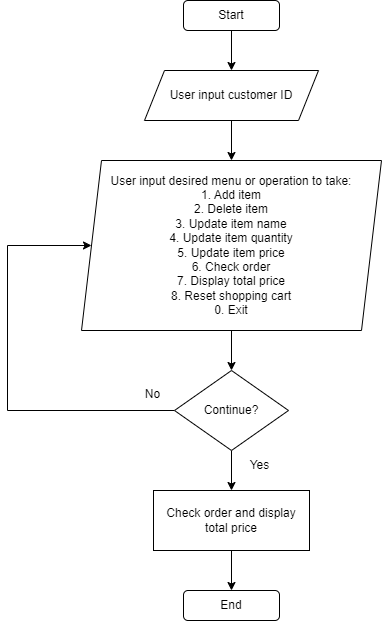
Before: pics/flowchart_cashier.png, a diagram exported from draw.io (nauchan/program_cashier). Source tidied: cells renumbered, new cells last; positions are measured from the earlier drawing's top-left corner, leaving out a move shared by most shapes.
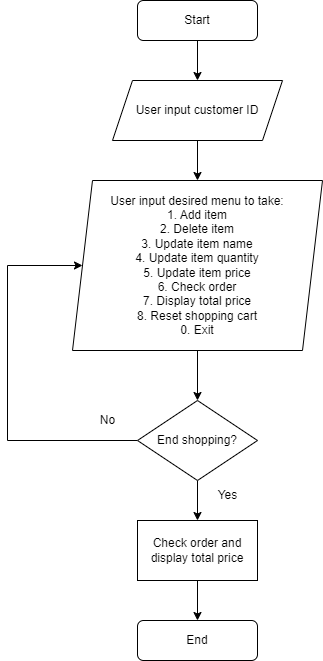
The same diagram one commit later.

What changed in the source:
```diff
@@ -6,48 +6,48 @@
       <mxGeometry relative="1" as="geometry" />
     </mxCell>
     <mxCell id="3" value="Start" style="rounded=1;whiteSpace=wrap;html=1;" parent="1" vertex="1">
-      <mxGeometry x="176" width="96" height="30" as="geometry" />
+      <mxGeometry x="130" y="-20" width="120" height="40" as="geometry" />
     </mxCell>
-    <mxCell id="4" style="edgeStyle=orthogonalEdgeStyle;rounded=0;jettySize=auto;html=1;" parent="1" edge="1" source="5" target="7">
-      <mxGeometry relative="1" as="geometry" />
-    </mxCell>
+    <mxCell id="16" style="edgeStyle=orthogonalEdgeStyle;rounded=0;jettySize=auto;html=1;" parent="1" edge="1" source="5" target="18">
+      <mxGeometry relative="1" as="geometry" />
+    </mxCell>
     <mxCell id="5" value="User input customer ID" style="shape=parallelogram;perimeter=parallelogramPerimeter;whiteSpace=wrap;html=1;fixedSize=1;" parent="1" vertex="1">
-      <mxGeometry x="137" y="70" width="174" height="50" as="geometry" />
+      <mxGeometry x="105" y="60" width="170" height="60" as="geometry" />
     </mxCell>
-    <mxCell id="6" style="edgeStyle=orthogonalEdgeStyle;rounded=0;jettySize=auto;html=1;" parent="1" edge="1" source="7" target="10">
-      <mxGeometry relative="1" as="geometry" />
-    </mxCell>
-    <mxCell id="7" value="User input desired menu or operation to take:&lt;br&gt;&lt;div&gt;&lt;span&gt;1. Add item&lt;/span&gt;&lt;/div&gt;&lt;div&gt;&lt;span&gt;2. Delete item&lt;/span&gt;&lt;/div&gt;&lt;div&gt;&lt;span&gt;3. Update item name&lt;/span&gt;&lt;/div&gt;&lt;div&gt;&lt;span&gt;4. Update item quantity&lt;/span&gt;&lt;/div&gt;&lt;div&gt;&lt;span&gt;5. Update item price&lt;/span&gt;&lt;/div&gt;&lt;div&gt;&lt;span&gt;6. Check order&lt;/span&gt;&lt;/div&gt;&lt;div&gt;&lt;span&gt;7. Display total price&lt;/span&gt;&lt;/div&gt;&lt;div&gt;&lt;span&gt;8. Reset shopping cart&lt;/span&gt;&lt;/div&gt;&lt;div&gt;&lt;span&gt;0. Exit&lt;/span&gt;&lt;/div&gt;" style="shape=parallelogram;perimeter=parallelogramPerimeter;whiteSpace=wrap;html=1;fixedSize=1;" parent="1" vertex="1">
-      <mxGeometry x="74" y="160" width="300" height="170" as="geometry" />
-    </mxCell>
-    <mxCell id="8" style="edgeStyle=orthogonalEdgeStyle;rounded=0;jettySize=auto;html=1;entryX=0;entryY=0.5;entryDx=0;entryDy=0;" parent="1" edge="1" source="10" target="7">
-      <mxGeometry relative="1" as="geometry">
-        <Array as="points">
-          <mxPoint y="410" />
-          <mxPoint y="245" />
-        </Array>
-      </mxGeometry>
-    </mxCell>
-    <mxCell id="9" style="edgeStyle=orthogonalEdgeStyle;rounded=0;jettySize=auto;html=1;" parent="1" edge="1" source="10" target="13">
-      <mxGeometry relative="1" as="geometry" />
-    </mxCell>
-    <mxCell id="10" value="Continue?" style="rhombus;whiteSpace=wrap;html=1;" parent="1" vertex="1">
-      <mxGeometry x="167" y="370" width="114" height="80" as="geometry" />
-    </mxCell>
-    <mxCell id="11" value="No" style="text;html=1;align=center;verticalAlign=middle;strokeColor=none;fillColor=none;" parent="1" vertex="1">
-      <mxGeometry x="130" y="384" width="30" height="20" as="geometry" />
-    </mxCell>
+    <mxCell id="17" style="edgeStyle=orthogonalEdgeStyle;rounded=0;jettySize=auto;html=1;" parent="1" edge="1" source="18" target="21">
+      <mxGeometry relative="1" as="geometry" />
+    </mxCell>
+    <mxCell id="18" value="User input desired menu to take:&lt;br&gt;1. Add item&lt;br&gt;2. Delete item&lt;br&gt;3. Update item name&lt;br&gt;4. Update item quantity&lt;br&gt;5. Update item price&lt;br&gt;6. Check order&lt;br&gt;7. Display total price&lt;br&gt;8. Reset shopping cart&lt;br&gt;0. Exit" style="shape=parallelogram;perimeter=parallelogramPerimeter;whiteSpace=wrap;html=1;fixedSize=1;" parent="1" vertex="1">
+      <mxGeometry x="65" y="160" width="250" height="170" as="geometry" />
+    </mxCell>
+    <mxCell id="19" style="edgeStyle=orthogonalEdgeStyle;rounded=0;jettySize=auto;html=1;exitX=0;exitY=0.5;exitDx=0;exitDy=0;entryX=0;entryY=0.5;entryDx=0;entryDy=0;" parent="1" edge="1" source="21" target="18">
+      <mxGeometry relative="1" as="geometry">
+        <Array as="points">
+          <mxPoint y="420" />
+          <mxPoint y="245" />
+        </Array>
+      </mxGeometry>
+    </mxCell>
+    <mxCell id="20" style="edgeStyle=orthogonalEdgeStyle;rounded=0;jettySize=auto;html=1;" parent="1" edge="1" source="21" target="13">
+      <mxGeometry relative="1" as="geometry" />
+    </mxCell>
+    <mxCell id="21" value="End shopping?" style="rhombus;whiteSpace=wrap;html=1;" parent="1" vertex="1">
+      <mxGeometry x="130" y="380" width="120" height="80" as="geometry" />
+    </mxCell>
     <mxCell id="12" style="edgeStyle=orthogonalEdgeStyle;rounded=0;jettySize=auto;html=1;" parent="1" edge="1" source="13" target="14">
       <mxGeometry relative="1" as="geometry" />
     </mxCell>
-    <mxCell id="13" value="Check order and display total price" style="rounded=0;whiteSpace=wrap;html=1;" parent="1" vertex="1">
-      <mxGeometry x="146" y="490" width="156" height="60" as="geometry" />
+    <mxCell id="13" value="Check order and display total price" style="whiteSpace=wrap;html=1;" parent="1" vertex="1">
+      <mxGeometry x="130" y="500" width="120" height="60" as="geometry" />
     </mxCell>
     <mxCell id="14" value="End" style="rounded=1;whiteSpace=wrap;html=1;" parent="1" vertex="1">
-      <mxGeometry x="176" y="590" width="96" height="30" as="geometry" />
+      <mxGeometry x="130" y="600" width="120" height="40" as="geometry" />
     </mxCell>
     <mxCell id="15" value="Yes" style="text;html=1;align=center;verticalAlign=middle;strokeColor=none;fillColor=none;" parent="1" vertex="1">
-      <mxGeometry x="232" y="455" width="40" height="20" as="geometry" />
+      <mxGeometry x="200" y="465" width="40" height="20" as="geometry" />
     </mxCell>
+    <mxCell id="11" value="No" style="text;html=1;align=center;verticalAlign=middle;strokeColor=none;fillColor=none;" parent="1" vertex="1">
+      <mxGeometry x="85" y="390" width="30" height="20" as="geometry" />
+    </mxCell>
   </root>
 </mxGraphModel>
```
